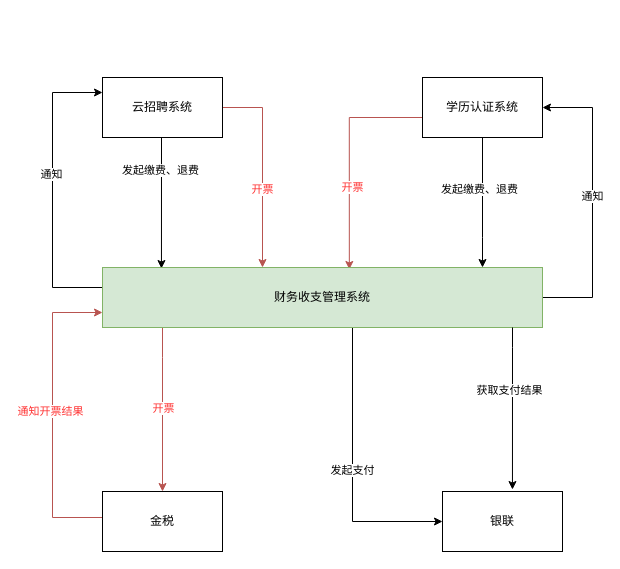
Before: 财务系统总.drawio in zhangfengman/autoJs, a draw.io diagram. Source tidied: cells renumbered, new cells numbered last; positions are measured from the earlier drawing's top-left corner, leaving out a move shared by most shapes. Both pictures are drawn from the tidied source at 100%, with x=0, y=0 at pixel (52, 77).
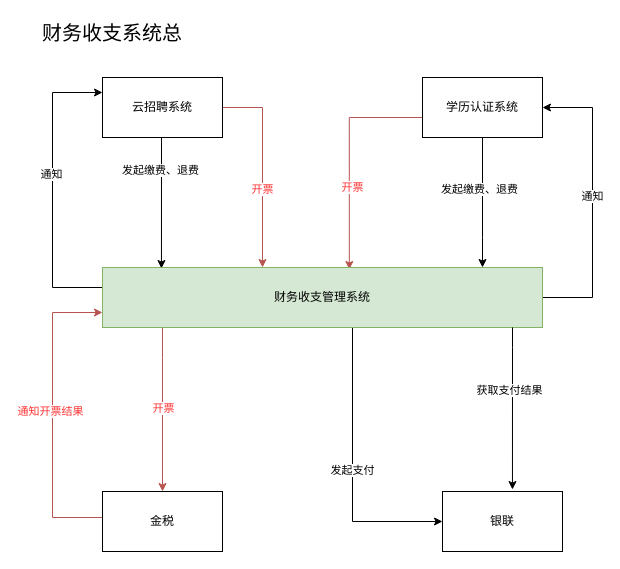
The same diagram, later.

Commit message (it also covers changes not shown here):
更新财务系统总.drawio

What changed in the source:
```diff
@@
+    <mxCell id="27" value="财务收支系统总" style="text;html=1;align=center;verticalAlign=middle;whiteSpace=wrap;rounded=0;fontSize=20;" parent="1" vertex="1">
+      <mxGeometry x="-20" y="-60" width="160" height="30" as="geometry" />
+    </mxCell>
```
